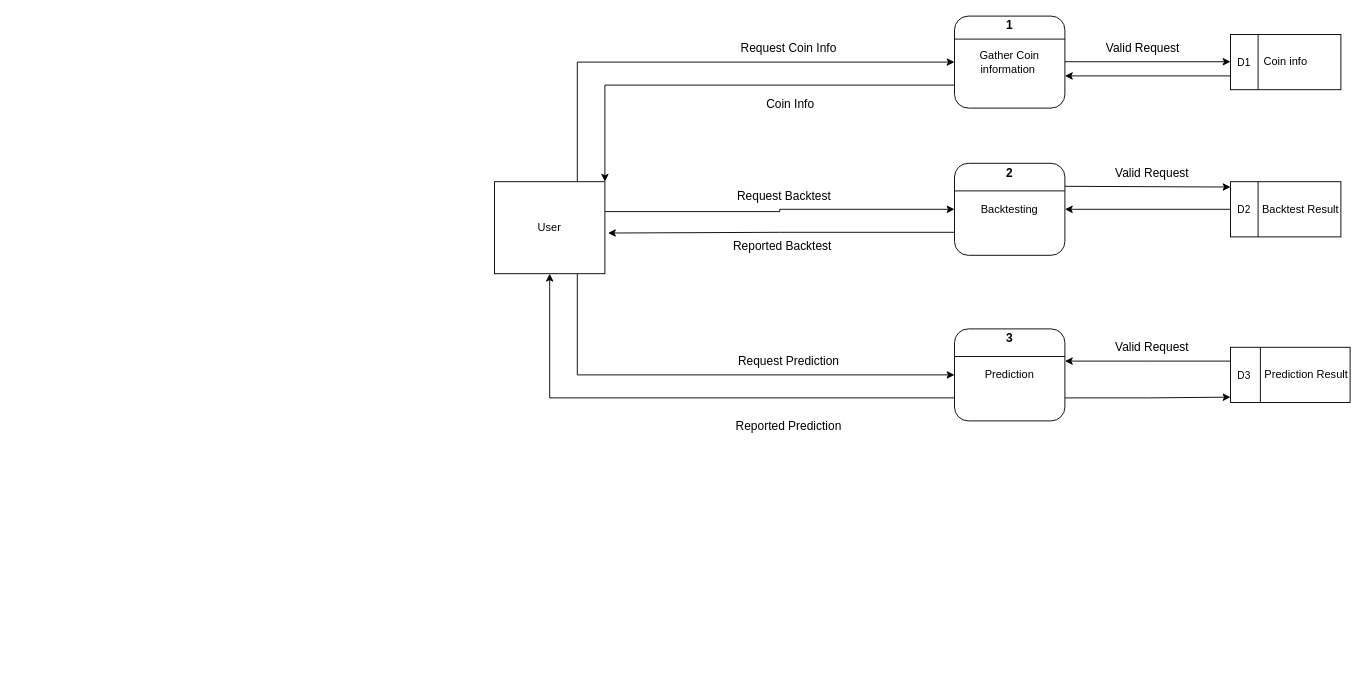
supagon/test keeps this draw.io diagram as page "DFD lv1" (3 of 3) of Untitled Diagram.drawio. Above is the earlier version. Source tidied: cells renumbered, new cells numbered last; positions are measured from the earlier drawing's top-left corner, leaving out a move shared by most shapes. Both pictures are drawn from the tidied source at 92%, with x=0, y=0 at pixel (494, 16).
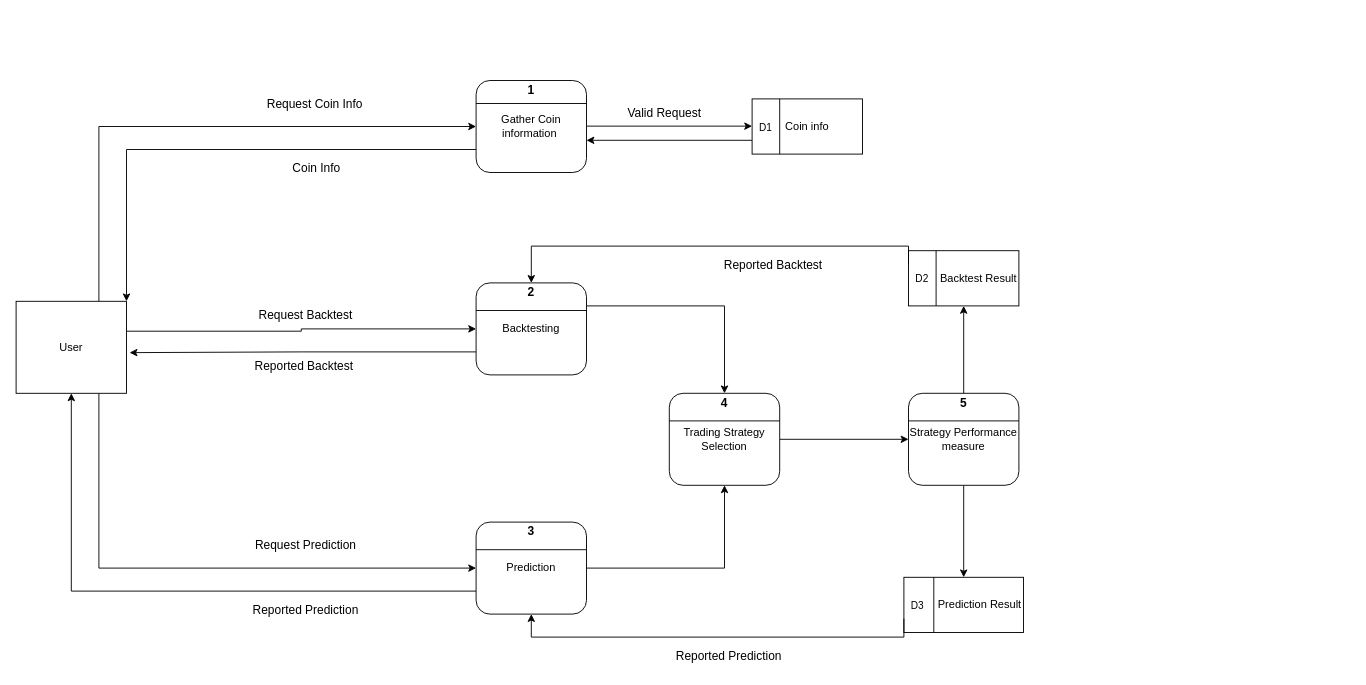
After the change.

Change to the diagram source:
```diff
@@
     <mxCell id="5" value="User" style="rounded=0;whiteSpace=wrap;html=1;" parent="1" vertex="1">
-      <mxGeometry y="180" width="120" height="100" as="geometry" />
+      <mxGeometry x="-520" y="310" width="120" height="100" as="geometry" />
     </mxCell>
@@
     <mxCell id="7" value="Gather Coin information&amp;nbsp;" style="rounded=1;whiteSpace=wrap;html=1;" parent="1" vertex="1">
-      <mxGeometry x="500" width="120" height="100" as="geometry" />
+      <mxGeometry x="-20" y="70" width="120" height="100" as="geometry" />
     </mxCell>
     <mxCell id="8" value="Coin info" style="rounded=0;whiteSpace=wrap;html=1;" parent="1" vertex="1">
-      <mxGeometry x="800" y="20" width="120" height="60" as="geometry" />
+      <mxGeometry x="280" y="90" width="120" height="60" as="geometry" />
     </mxCell>
@@
     <mxCell id="10" value="&lt;font style=&quot;font-size: 13px;&quot;&gt;&lt;b&gt;1&lt;/b&gt;&lt;/font&gt;" style="text;html=1;strokeColor=none;fillColor=none;align=center;verticalAlign=middle;whiteSpace=wrap;rounded=0;" parent="1" vertex="1">
-      <mxGeometry x="530" width="60" height="20" as="geometry" />
+      <mxGeometry x="10" y="70" width="60" height="20" as="geometry" />
     </mxCell>
     <mxCell id="11" value="Request Coin Info" style="text;html=1;strokeColor=none;fillColor=none;align=center;verticalAlign=middle;whiteSpace=wrap;rounded=0;fontSize=13;" parent="1" vertex="1">
-      <mxGeometry x="250" y="20" width="140" height="30" as="geometry" />
+      <mxGeometry x="-265" y="80" width="140" height="30" as="geometry" />
     </mxCell>
     <mxCell id="12" style="endArrow=classic;html=1;rounded=0;fontSize=13;exitX=1;exitY=0.5;exitDx=0;exitDy=0;" parent="1" edge="1">
       <mxGeometry relative="1" as="geometry">
-        <mxPoint x="620" y="49.6" as="sourcePoint" />
-        <mxPoint x="800" y="49.6" as="targetPoint" />
+        <mxPoint x="100" y="119.6" as="sourcePoint" />
+        <mxPoint x="280" y="119.6" as="targetPoint" />
       </mxGeometry>
     </mxCell>
-    <mxCell id="13" style="edgeStyle=orthogonalEdgeStyle;rounded=0;jettySize=auto;html=1;exitX=1;exitY=0.25;exitDx=0;exitDy=0;entryX=0;entryY=0.097;entryDx=0;entryDy=0;entryPerimeter=0;fontSize=11;startArrow=none;startFill=0;endArrow=classic;endFill=1;" parent="1" edge="1" source="15" target="30">
-      <mxGeometry relative="1" as="geometry">
-        <Array as="points">
-          <mxPoint x="620" y="186" />
-        </Array>
-      </mxGeometry>
-    </mxCell>
@@
+    <mxCell id="42" style="edgeStyle=orthogonalEdgeStyle;rounded=0;jettySize=auto;html=1;exitX=1;exitY=0.25;exitDx=0;exitDy=0;entryX=0.5;entryY=0;entryDx=0;entryDy=0;" parent="1" edge="1" source="15" target="48">
+      <mxGeometry relative="1" as="geometry" />
+    </mxCell>
     <mxCell id="15" value="Backtesting" style="rounded=1;whiteSpace=wrap;html=1;" parent="1" vertex="1">
-      <mxGeometry x="500" y="160" width="120" height="100" as="geometry" />
+      <mxGeometry x="-20" y="290" width="120" height="100" as="geometry" />
     </mxCell>
     <mxCell id="16" style="endArrow=none;html=1;rounded=0;entryX=1;entryY=0.25;entryDx=0;entryDy=0;exitX=0;exitY=0.25;exitDx=0;exitDy=0;" parent="1" edge="1">
       <mxGeometry relative="1" as="geometry">
-        <mxPoint x="500" y="190" as="sourcePoint" />
-        <mxPoint x="620" y="190" as="targetPoint" />
+        <mxPoint x="-20" y="320" as="sourcePoint" />
+        <mxPoint x="100" y="320" as="targetPoint" />
       </mxGeometry>
     </mxCell>
     <mxCell id="17" value="&lt;font style=&quot;font-size: 13px;&quot;&gt;&lt;b&gt;2&lt;/b&gt;&lt;/font&gt;" style="text;html=1;strokeColor=none;fillColor=none;align=center;verticalAlign=middle;whiteSpace=wrap;rounded=0;" parent="1" vertex="1">
-      <mxGeometry x="530" y="160" width="60" height="20" as="geometry" />
+      <mxGeometry x="10" y="290" width="60" height="20" as="geometry" />
     </mxCell>
-    <mxCell id="18" style="edgeStyle=orthogonalEdgeStyle;rounded=0;jettySize=auto;html=1;exitX=1;exitY=0.75;exitDx=0;exitDy=0;entryX=0;entryY=0.903;entryDx=0;entryDy=0;entryPerimeter=0;fontSize=11;startArrow=none;startFill=0;endArrow=classic;endFill=1;" parent="1" edge="1" source="20" target="37">
-      <mxGeometry relative="1" as="geometry" />
-    </mxCell>
@@
+    <mxCell id="43" style="edgeStyle=orthogonalEdgeStyle;rounded=0;jettySize=auto;html=1;exitX=1;exitY=0.5;exitDx=0;exitDy=0;entryX=0.5;entryY=1;entryDx=0;entryDy=0;" parent="1" edge="1" source="20" target="46">
+      <mxGeometry relative="1" as="geometry" />
+    </mxCell>
     <mxCell id="20" value="Prediction" style="rounded=1;whiteSpace=wrap;html=1;" parent="1" vertex="1">
-      <mxGeometry x="500" y="340" width="120" height="100" as="geometry" />
+      <mxGeometry x="-20" y="550" width="120" height="100" as="geometry" />
     </mxCell>
     <mxCell id="21" style="endArrow=none;html=1;rounded=0;entryX=1;entryY=0.25;entryDx=0;entryDy=0;exitX=0;exitY=0.25;exitDx=0;exitDy=0;" parent="1" edge="1">
       <mxGeometry relative="1" as="geometry">
-        <mxPoint x="500" y="370" as="sourcePoint" />
-        <mxPoint x="620" y="370" as="targetPoint" />
+        <mxPoint x="-20" y="580" as="sourcePoint" />
+        <mxPoint x="100" y="580" as="targetPoint" />
       </mxGeometry>
     </mxCell>
     <mxCell id="22" value="&lt;font style=&quot;font-size: 13px;&quot;&gt;&lt;b&gt;3&lt;/b&gt;&lt;/font&gt;" style="text;html=1;strokeColor=none;fillColor=none;align=center;verticalAlign=middle;whiteSpace=wrap;rounded=0;" parent="1" vertex="1">
-      <mxGeometry x="530" y="340" width="60" height="20" as="geometry" />
+      <mxGeometry x="10" y="550" width="60" height="20" as="geometry" />
     </mxCell>
     <mxCell id="23" value="Valid Request" style="text;html=1;strokeColor=none;fillColor=none;align=center;verticalAlign=middle;whiteSpace=wrap;rounded=0;fontSize=13;" parent="1" vertex="1">
-      <mxGeometry x="640" y="20" width="130" height="30" as="geometry" />
+      <mxGeometry x="120" y="90" width="130" height="30" as="geometry" />
     </mxCell>
     <mxCell id="24" value="Request Backtest" style="text;html=1;strokeColor=none;fillColor=none;align=center;verticalAlign=middle;whiteSpace=wrap;rounded=0;fontSize=13;" parent="1" vertex="1">
-      <mxGeometry x="250" y="185" width="130" height="20" as="geometry" />
+      <mxGeometry x="-270" y="315" width="130" height="20" as="geometry" />
     </mxCell>
@@
     <mxCell id="26" value="&lt;font style=&quot;font-size: 11px;&quot;&gt;D1&lt;/font&gt;" style="text;html=1;strokeColor=none;fillColor=none;align=center;verticalAlign=middle;whiteSpace=wrap;rounded=0;fontSize=13;" parent="1" vertex="1">
-      <mxGeometry x="800" y="35" width="30" height="30" as="geometry" />
+      <mxGeometry x="280" y="105" width="30" height="30" as="geometry" />
     </mxCell>
     <mxCell id="27" value="Request Prediction" style="text;html=1;strokeColor=none;fillColor=none;align=center;verticalAlign=middle;whiteSpace=wrap;rounded=0;fontSize=13;" parent="1" vertex="1">
-      <mxGeometry x="255" y="360" width="130" height="30" as="geometry" />
+      <mxGeometry x="-270" y="560" width="130" height="30" as="geometry" />
     </mxCell>
     <mxCell id="28" style="endArrow=none;html=1;rounded=0;fontSize=13;exitX=1;exitY=0.5;exitDx=0;exitDy=0;startArrow=classic;startFill=1;endFill=0;" parent="1" edge="1">
       <mxGeometry relative="1" as="geometry">
-        <mxPoint x="620" y="65" as="sourcePoint" />
-        <mxPoint x="800" y="65" as="targetPoint" />
+        <mxPoint x="100" y="135" as="sourcePoint" />
+        <mxPoint x="280" y="135" as="targetPoint" />
       </mxGeometry>
     </mxCell>
     <mxCell id="29" value="&amp;nbsp;Coin Info" style="text;html=1;strokeColor=none;fillColor=none;align=center;verticalAlign=middle;whiteSpace=wrap;rounded=0;fontSize=13;" parent="1" vertex="1">
-      <mxGeometry x="250" y="80" width="140" height="30" as="geometry" />
+      <mxGeometry x="-265" y="150" width="140" height="30" as="geometry" />
     </mxCell>
     <mxCell id="30" value="Backtest Result" style="rounded=0;whiteSpace=wrap;html=1;align=right;" parent="1" vertex="1">
-      <mxGeometry x="800" y="180" width="120" height="60" as="geometry" />
+      <mxGeometry x="450" y="255" width="120" height="60" as="geometry" />
     </mxCell>
@@
-    <mxCell id="32" style="edgeStyle=orthogonalEdgeStyle;rounded=0;jettySize=auto;html=1;exitX=0;exitY=0.5;exitDx=0;exitDy=0;entryX=1;entryY=0.5;entryDx=0;entryDy=0;fontSize=11;startArrow=none;startFill=0;endArrow=classic;endFill=1;" parent="1" edge="1" source="33" target="15">
+    <mxCell id="32" style="edgeStyle=orthogonalEdgeStyle;rounded=0;jettySize=auto;html=1;exitX=0;exitY=0;exitDx=0;exitDy=0;entryX=0.5;entryY=0;entryDx=0;entryDy=0;" parent="1" edge="1" source="33" target="15">
       <mxGeometry relative="1" as="geometry" />
     </mxCell>
     <mxCell id="33" value="&lt;font style=&quot;font-size: 11px;&quot;&gt;D2&lt;/font&gt;" style="text;html=1;strokeColor=none;fillColor=none;align=center;verticalAlign=middle;whiteSpace=wrap;rounded=0;fontSize=13;" parent="1" vertex="1">
-      <mxGeometry x="800" y="195" width="30" height="30" as="geometry" />
+      <mxGeometry x="450" y="270" width="30" height="30" as="geometry" />
     </mxCell>
-    <mxCell id="34" value="Valid Request" style="text;html=1;strokeColor=none;fillColor=none;align=center;verticalAlign=middle;whiteSpace=wrap;rounded=0;fontSize=13;" parent="1" vertex="1">
-      <mxGeometry x="650" y="155" width="130" height="30" as="geometry" />
-    </mxCell>
     <mxCell id="35" value="Reported Backtest&amp;nbsp;" style="text;html=1;strokeColor=none;fillColor=none;align=center;verticalAlign=middle;whiteSpace=wrap;rounded=0;fontSize=13;" parent="1" vertex="1">
-      <mxGeometry x="250" y="240" width="130" height="20" as="geometry" />
+      <mxGeometry x="-270" y="370" width="130" height="20" as="geometry" />
     </mxCell>
-    <mxCell id="36" style="edgeStyle=orthogonalEdgeStyle;rounded=0;jettySize=auto;html=1;exitX=0;exitY=0.25;exitDx=0;exitDy=0;fontSize=11;startArrow=none;startFill=0;endArrow=classic;endFill=1;" parent="1" edge="1" source="37">
-      <mxGeometry relative="1" as="geometry">
-        <mxPoint x="620" y="375" as="targetPoint" />
-      </mxGeometry>
-    </mxCell>
     <mxCell id="37" value="Prediction Result" style="rounded=0;whiteSpace=wrap;html=1;align=right;" parent="1" vertex="1">
-      <mxGeometry x="800" y="360" width="130" height="60" as="geometry" />
+      <mxGeometry x="445" y="610" width="130" height="60" as="geometry" />
     </mxCell>
@@
+    <mxCell id="44" style="edgeStyle=orthogonalEdgeStyle;rounded=0;jettySize=auto;html=1;exitX=0;exitY=1;exitDx=0;exitDy=0;entryX=0.5;entryY=1;entryDx=0;entryDy=0;" parent="1" edge="1" source="39" target="20">
+      <mxGeometry relative="1" as="geometry" />
+    </mxCell>
     <mxCell id="39" value="&lt;font style=&quot;font-size: 11px;&quot;&gt;D3&lt;/font&gt;" style="text;html=1;strokeColor=none;fillColor=none;align=center;verticalAlign=middle;whiteSpace=wrap;rounded=0;fontSize=13;" parent="1" vertex="1">
-      <mxGeometry x="800" y="375" width="30" height="30" as="geometry" />
+      <mxGeometry x="445" y="625" width="30" height="30" as="geometry" />
     </mxCell>
-    <mxCell id="40" value="Valid Request" style="text;html=1;strokeColor=none;fillColor=none;align=center;verticalAlign=middle;whiteSpace=wrap;rounded=0;fontSize=13;" parent="1" vertex="1">
-      <mxGeometry x="650" y="345" width="130" height="30" as="geometry" />
-    </mxCell>
     <mxCell id="41" value="Reported Prediction" style="text;html=1;strokeColor=none;fillColor=none;align=center;verticalAlign=middle;whiteSpace=wrap;rounded=0;fontSize=13;" parent="1" vertex="1">
-      <mxGeometry x="255" y="430" width="130" height="30" as="geometry" />
+      <mxGeometry x="-270" y="630" width="130" height="30" as="geometry" />
     </mxCell>
+    <mxCell id="45" style="edgeStyle=orthogonalEdgeStyle;rounded=0;jettySize=auto;html=1;exitX=1;exitY=0.5;exitDx=0;exitDy=0;entryX=0;entryY=0.5;entryDx=0;entryDy=0;" parent="1" edge="1" source="46" target="50">
+      <mxGeometry relative="1" as="geometry" />
+    </mxCell>
+    <mxCell id="46" value="Trading Strategy Selection" style="rounded=1;whiteSpace=wrap;html=1;" parent="1" vertex="1">
+      <mxGeometry x="190" y="410" width="120" height="100" as="geometry" />
+    </mxCell>
+    <mxCell id="47" style="endArrow=none;html=1;rounded=0;entryX=1;entryY=0.25;entryDx=0;entryDy=0;exitX=0;exitY=0.25;exitDx=0;exitDy=0;" parent="1" edge="1">
+      <mxGeometry relative="1" as="geometry">
+        <mxPoint x="190" y="440" as="sourcePoint" />
+        <mxPoint x="310" y="440" as="targetPoint" />
+      </mxGeometry>
+    </mxCell>
+    <mxCell id="48" value="&lt;font style=&quot;font-size: 13px;&quot;&gt;&lt;b&gt;4&lt;/b&gt;&lt;/font&gt;" style="text;html=1;strokeColor=none;fillColor=none;align=center;verticalAlign=middle;whiteSpace=wrap;rounded=0;" parent="1" vertex="1">
+      <mxGeometry x="220" y="410" width="60" height="20" as="geometry" />
+    </mxCell>
+    <mxCell id="49" style="edgeStyle=orthogonalEdgeStyle;rounded=0;jettySize=auto;html=1;exitX=0.5;exitY=1;exitDx=0;exitDy=0;entryX=0.5;entryY=0;entryDx=0;entryDy=0;" parent="1" edge="1" source="50" target="37">
+      <mxGeometry relative="1" as="geometry" />
+    </mxCell>
+    <mxCell id="50" value="Strategy Performance measure" style="rounded=1;whiteSpace=wrap;html=1;" parent="1" vertex="1">
+      <mxGeometry x="450" y="410" width="120" height="100" as="geometry" />
+    </mxCell>
+    <mxCell id="51" style="endArrow=none;html=1;rounded=0;entryX=1;entryY=0.25;entryDx=0;entryDy=0;exitX=0;exitY=0.25;exitDx=0;exitDy=0;" parent="1" edge="1">
+      <mxGeometry relative="1" as="geometry">
+        <mxPoint x="450" y="440" as="sourcePoint" />
+        <mxPoint x="570" y="440" as="targetPoint" />
+      </mxGeometry>
+    </mxCell>
+    <mxCell id="52" style="edgeStyle=orthogonalEdgeStyle;rounded=0;jettySize=auto;html=1;exitX=0.5;exitY=0;exitDx=0;exitDy=0;entryX=0.5;entryY=1;entryDx=0;entryDy=0;" parent="1" edge="1" source="53" target="30">
+      <mxGeometry relative="1" as="geometry" />
+    </mxCell>
+    <mxCell id="53" value="&lt;font style=&quot;font-size: 13px;&quot;&gt;&lt;b&gt;5&lt;/b&gt;&lt;/font&gt;" style="text;html=1;strokeColor=none;fillColor=none;align=center;verticalAlign=middle;whiteSpace=wrap;rounded=0;" parent="1" vertex="1">
+      <mxGeometry x="480" y="410" width="60" height="20" as="geometry" />
+    </mxCell>
+    <mxCell id="54" value="Reported Prediction" style="text;html=1;strokeColor=none;fillColor=none;align=center;verticalAlign=middle;whiteSpace=wrap;rounded=0;fontSize=13;" parent="1" vertex="1">
+      <mxGeometry x="190" y="680" width="130" height="30" as="geometry" />
+    </mxCell>
+    <mxCell id="55" value="Reported Backtest&amp;nbsp;" style="text;html=1;strokeColor=none;fillColor=none;align=center;verticalAlign=middle;whiteSpace=wrap;rounded=0;fontSize=13;" parent="1" vertex="1">
+      <mxGeometry x="240" y="260" width="130" height="20" as="geometry" />
+    </mxCell>
```
